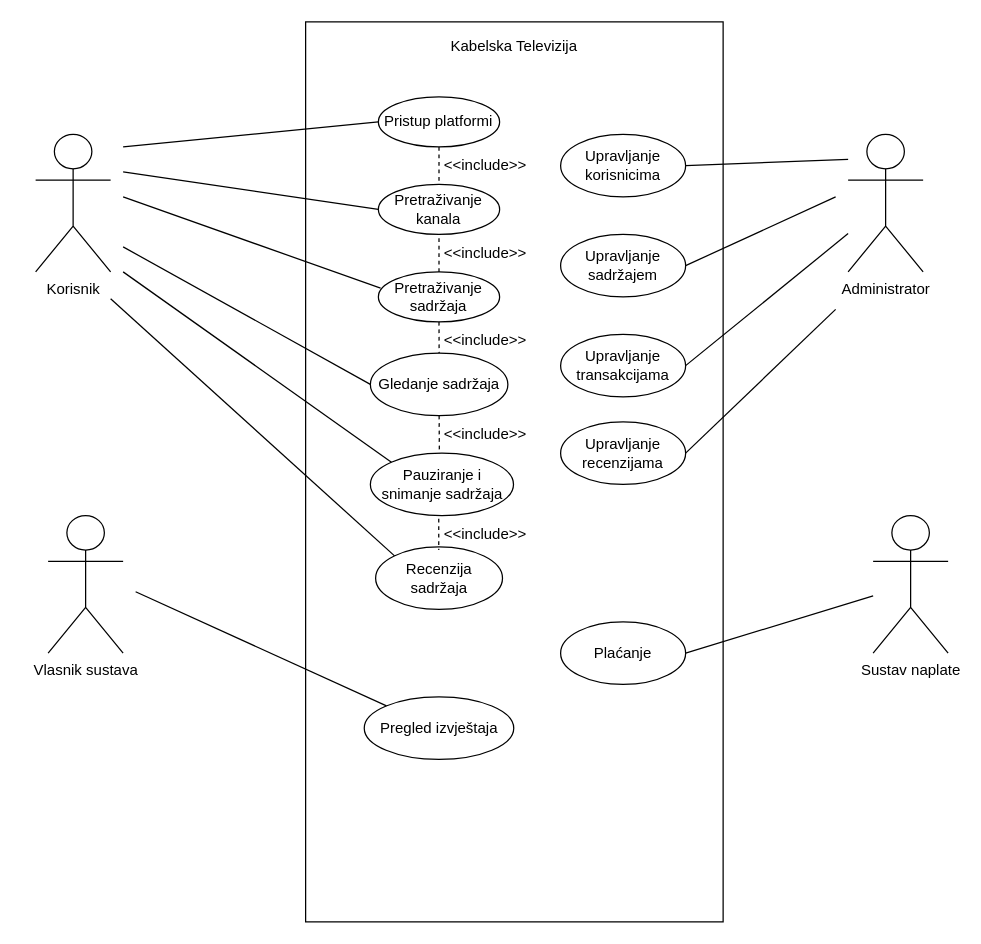
Franjo7/PIS keeps this draw.io diagram as 3. Specifikacija dizajna/Objektni model/Dijagram slučajeva korištenja.drawio. Above is the earlier version. Source tidied: cells renumbered, new cells numbered last; positions are measured from the earlier drawing's top-left corner, leaving out a move shared by most shapes. Both pictures are drawn from the tidied source at 125%, with x=0, y=0 at pixel (35, 21).
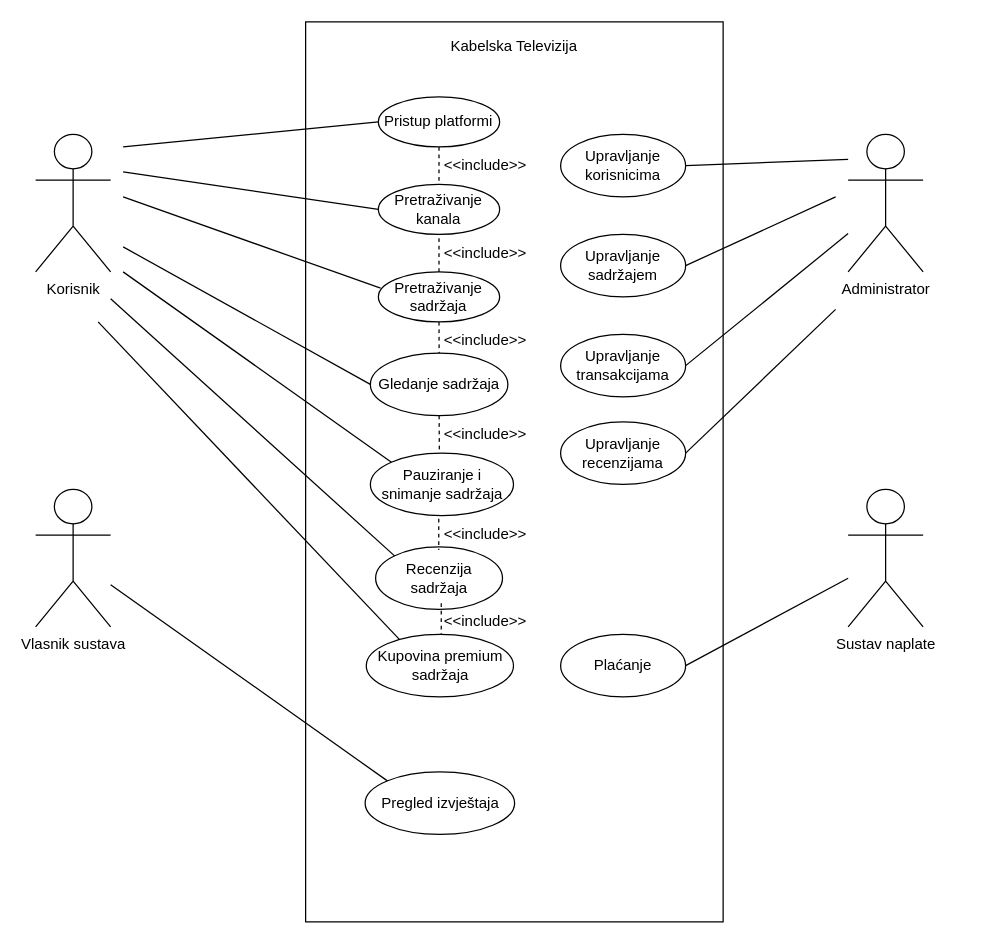
Above is the later version.

Commit message (it also covers changes not shown here):
Izmijenjen dijagram slučajeva korištenja

What changed in the source:
```diff
@@
     <mxCell id="12" value="Pregled izvještaja" style="ellipse;whiteSpace=wrap;html=1;" parent="1" vertex="1">
-      <mxGeometry x="262.9" y="540" width="119.6" height="50" as="geometry" />
+      <mxGeometry x="263.6" y="600" width="119.6" height="50" as="geometry" />
     </mxCell>
-    <mxCell id="13" style="endArrow=none;html=1;rounded=0;entryX=0;entryY=0;entryDx=0;entryDy=0;" parent="1" edge="1" target="12">
-      <mxGeometry relative="1" as="geometry">
-        <mxPoint x="80" y="455.9" as="sourcePoint" />
-      </mxGeometry>
+    <mxCell id="13" style="endArrow=none;html=1;rounded=0;entryX=0;entryY=0;entryDx=0;entryDy=0;" parent="1" edge="1" source="30" target="12">
+      <mxGeometry relative="1" as="geometry" />
     </mxCell>
@@
     <mxCell id="18" value="Plaćanje" style="ellipse;whiteSpace=wrap;html=1;" parent="1" vertex="1">
-      <mxGeometry x="420" y="480" width="100" height="50" as="geometry" />
+      <mxGeometry x="420" y="490" width="100" height="50" as="geometry" />
     </mxCell>
@@
     <mxCell id="30" value="Vlasnik sustava" style="shape=umlActor;verticalLabelPosition=bottom;verticalAlign=top;html=1;outlineConnect=0;" parent="1" vertex="1">
-      <mxGeometry x="10" y="395" width="60" height="110" as="geometry" />
+      <mxGeometry y="374" width="60" height="110" as="geometry" />
     </mxCell>
     <mxCell id="31" value="Sustav naplate" style="shape=umlActor;verticalLabelPosition=bottom;verticalAlign=top;html=1;outlineConnect=0;" parent="1" vertex="1">
-      <mxGeometry x="670" y="395" width="60" height="110" as="geometry" />
+      <mxGeometry x="650" y="374" width="60" height="110" as="geometry" />
     </mxCell>
@@
+    <mxCell id="42" value="Kupovina premium sadržaja" style="ellipse;whiteSpace=wrap;html=1;" parent="1" vertex="1">
+      <mxGeometry x="264.5" y="490" width="117.8" height="50" as="geometry" />
+    </mxCell>
+    <mxCell id="43" style="endArrow=none;dashed=1;html=1;rounded=0;entryX=0.5;entryY=0;entryDx=0;entryDy=0;exitX=0.5;exitY=1;exitDx=0;exitDy=0;" parent="1" edge="1">
+      <mxGeometry relative="1" as="geometry">
+        <mxPoint x="324.5" y="465" as="sourcePoint" />
+        <mxPoint x="324.5" y="490" as="targetPoint" />
+      </mxGeometry>
+    </mxCell>
+    <mxCell id="44" value="&amp;lt;&amp;lt;include&amp;gt;&amp;gt;" style="text;html=1;strokeColor=none;fillColor=none;align=center;verticalAlign=middle;whiteSpace=wrap;rounded=0;" parent="1" vertex="1">
+      <mxGeometry x="330" y="460" width="60" height="40" as="geometry" />
+    </mxCell>
+    <mxCell id="45" style="endArrow=none;html=1;rounded=0;entryX=0.225;entryY=0.08;entryDx=0;entryDy=0;entryPerimeter=0;" parent="1" edge="1" target="42">
+      <mxGeometry relative="1" as="geometry">
+        <mxPoint x="50" y="240" as="sourcePoint" />
+      </mxGeometry>
+    </mxCell>
```
